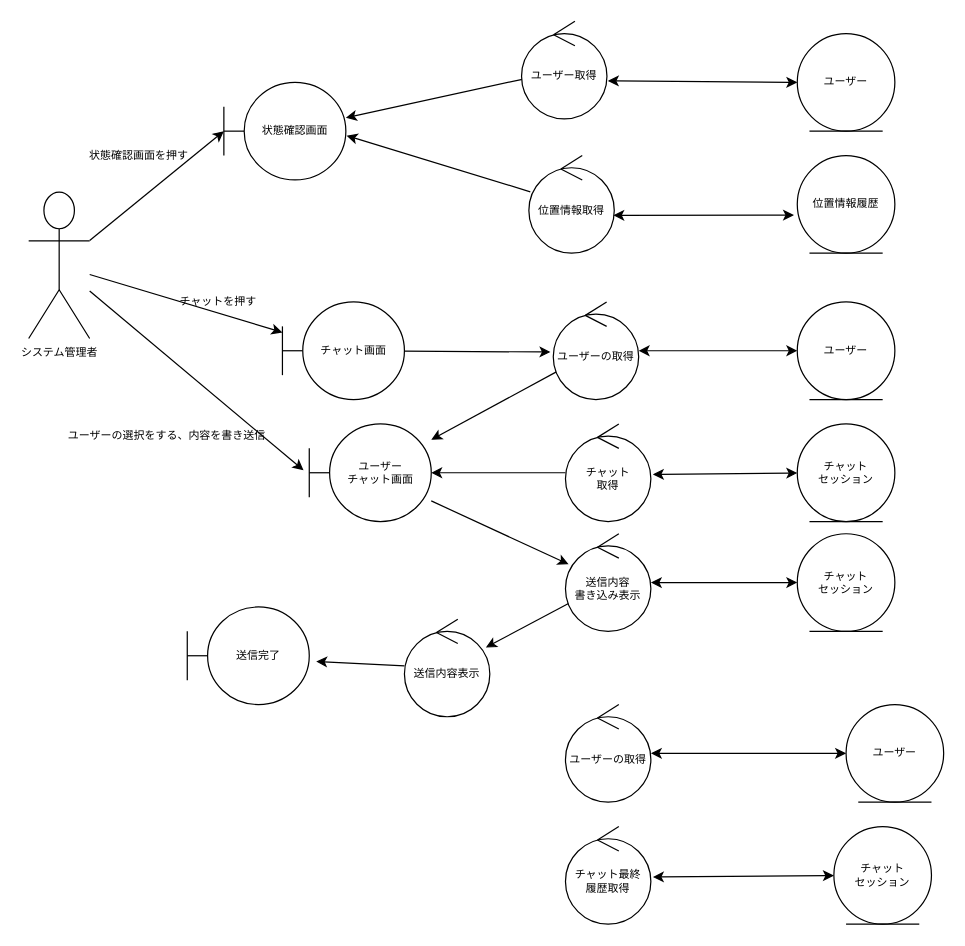
The draw.io diagram page "ユーザーの異常確認" (6 of 8) of out/ロバストネス図/システム管理者-ロバストネス図.drawio in ksw2270227/GroupF, before the edit. Source tidied: cells renumbered, new cells numbered last; positions are measured from the earlier drawing's top-left corner, leaving out a move shared by most shapes. Both pictures are drawn from the tidied source at 122%, with x=0, y=0 at pixel (28, 21).
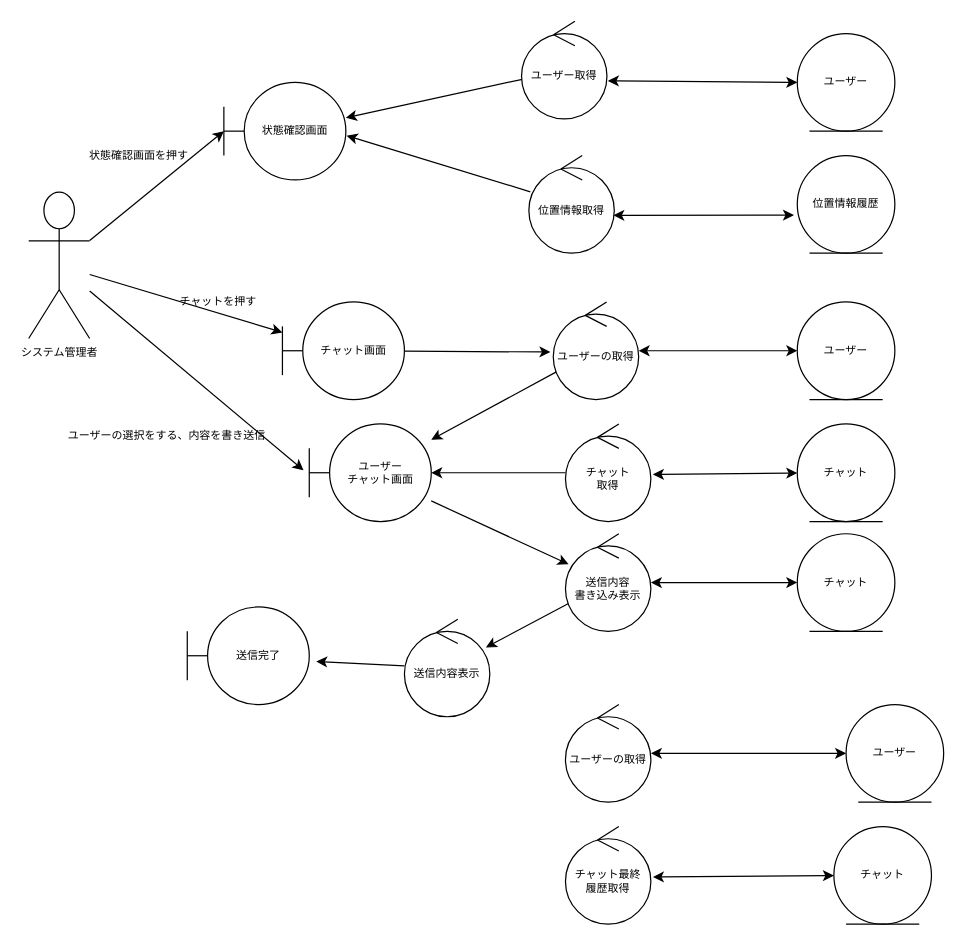
The same page after the edit.

What changed in the source:
```diff
@@
-    <mxCell id="20" value="チャット&lt;br&gt;セッション" style="ellipse;shape=umlEntity;whiteSpace=wrap;html=1;fontSize=9;" parent="1" vertex="1">
+    <mxCell id="20" value="チャット" style="ellipse;shape=umlEntity;whiteSpace=wrap;html=1;fontSize=9;" parent="1" vertex="1">
       <mxGeometry x="630" y="330" width="80" height="80" as="geometry" />
     </mxCell>
@@
-    <mxCell id="30" value="チャット&lt;br&gt;セッション" style="ellipse;shape=umlEntity;whiteSpace=wrap;html=1;fontSize=9;" parent="1" vertex="1">
+    <mxCell id="30" value="チャット" style="ellipse;shape=umlEntity;whiteSpace=wrap;html=1;fontSize=9;" parent="1" vertex="1">
       <mxGeometry x="630" y="420" width="80" height="80" as="geometry" />
     </mxCell>
@@
-    <mxCell id="38" value="チャット&lt;br&gt;セッション" style="ellipse;shape=umlEntity;whiteSpace=wrap;html=1;fontSize=9;" parent="1" vertex="1">
+    <mxCell id="38" value="チャット&lt;br&gt;" style="ellipse;shape=umlEntity;whiteSpace=wrap;html=1;fontSize=9;" parent="1" vertex="1">
       <mxGeometry x="660" y="660" width="80" height="80" as="geometry" />
     </mxCell>
```
